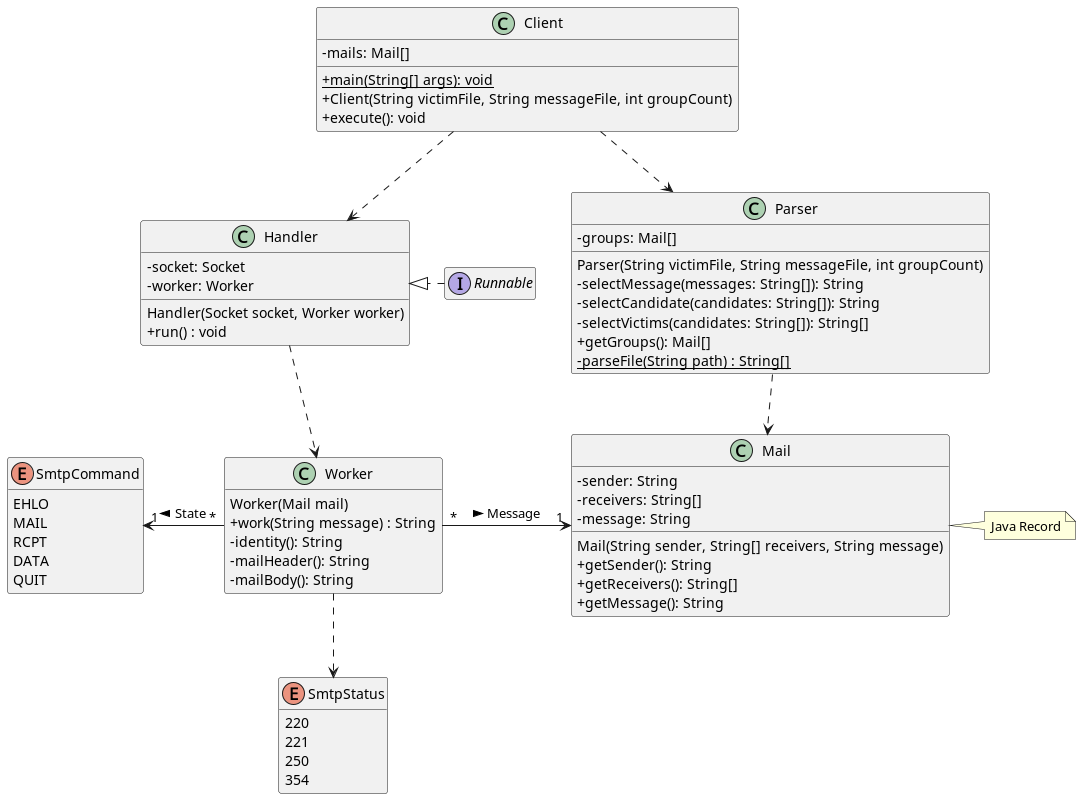
a-mango/dai-lab-smtp keeps this PlantUML diagram as doc/class_diagram.png. Above is the earlier version.
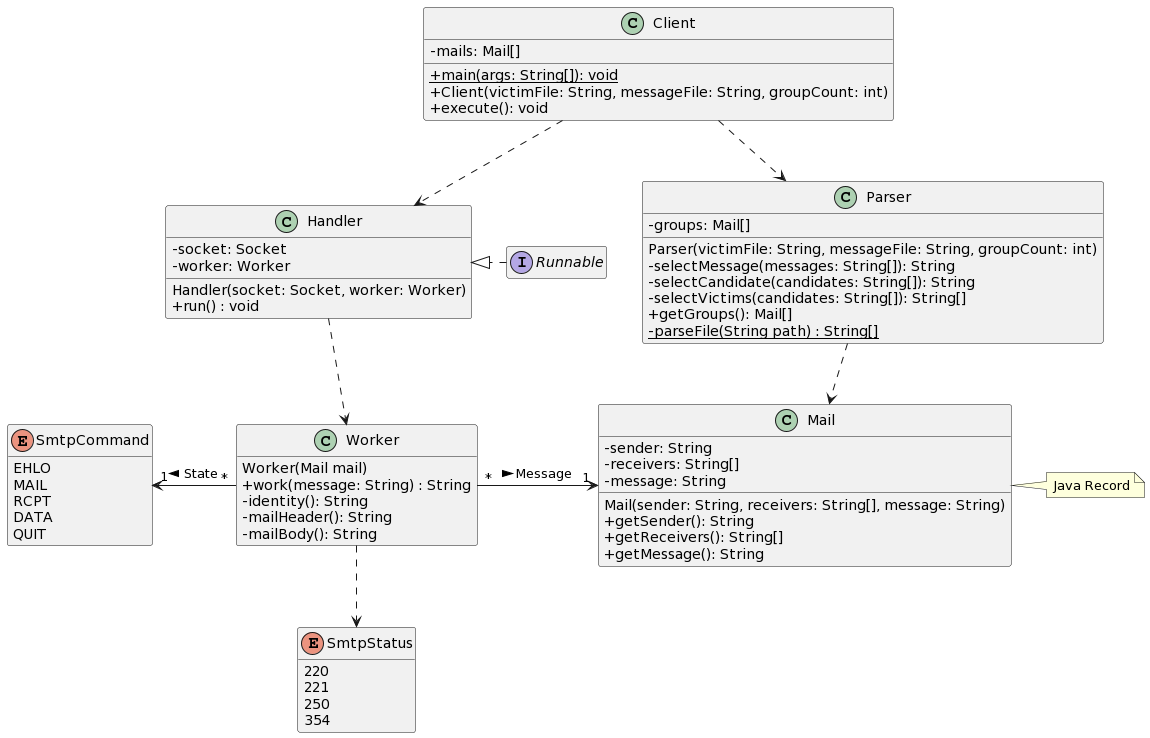
The same diagram one commit later.

Commit message:
fix: constructor nomenclature on class diagram

What changed in the source:
```diff
@@ -5,22 +5,22 @@
 hide empty members
 
 class Client {
-    {static} + main(String[] args): void
+    {static} + main(args: String[]): void
     - mails: Mail[]
-    + Client(String victimFile, String messageFile, int groupCount)
+    + Client(victimFile: String, messageFile: String, groupCount: int)
     + execute(): void
 }
 
 class Handler {
     - socket: Socket
     - worker: Worker
-    Handler(Socket socket, Worker worker)
+    Handler(socket: Socket, worker: Worker)
     + run() : void
 }
 
 class Worker {
     Worker(Mail mail)
-    + work(String message) : String
+    + work(message: String) : String
     - identity(): String
     - mailHeader(): String
     - mailBody(): String
@@ -43,7 +43,7 @@
 
 class Parser {
     - groups: Mail[]
-    Parser(String victimFile, String messageFile, int groupCount)
+    Parser(victimFile: String, messageFile: String, groupCount: int)
     - selectMessage(messages: String[]): String
     - selectCandidate(candidates: String[]): String
     - selectVictims(candidates: String[]): String[]
@@ -55,7 +55,7 @@
     - sender: String
     - receivers: String[]
     - message: String
-    Mail(String sender, String[] receivers, String message)
+    Mail(sender: String, receivers: String[], message: String)
     + getSender(): String
     + getReceivers(): String[]
     + getMessage(): String
```
